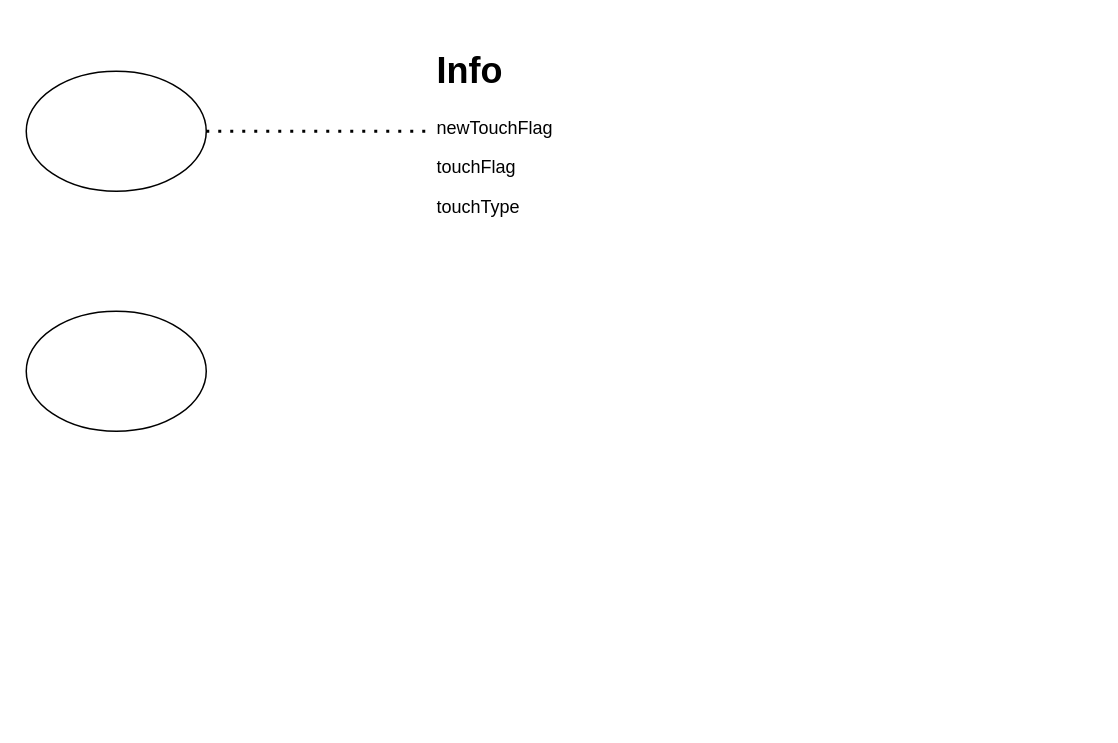
The draw.io diagram CalPostion.drawio in JokerYangJunjie/Hello-World, before the edit. Source tidied: cells renumbered, new cells numbered last; positions are measured from the earlier drawing's top-left corner, leaving out a move shared by most shapes. Both pictures are drawn from the tidied source at 150%, with x=0, y=0 at pixel (26, 40).
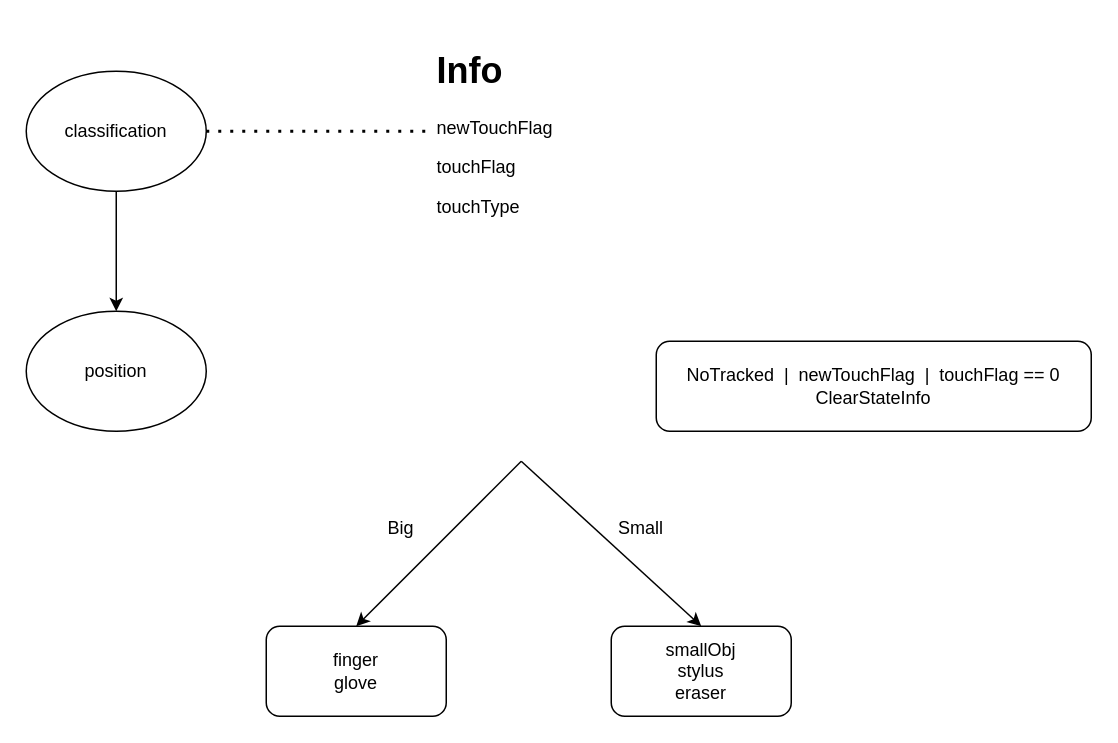
The same diagram, later.

Diff of the diagram source:
```diff
@@
 <mxGraphModel>
   <root>
     <mxCell id="0" />
     <mxCell id="1" parent="0" />
-    <mxCell id="2" style="ellipse;whiteSpace=wrap;html=1;" parent="1" vertex="1">
+    <mxCell id="2" value="classification" style="ellipse;whiteSpace=wrap;html=1;" parent="1" vertex="1">
       <mxGeometry y="20" width="120" height="80" as="geometry" />
     </mxCell>
-    <mxCell id="3" style="ellipse;whiteSpace=wrap;html=1;" parent="1" vertex="1">
+    <mxCell id="3" value="position" style="ellipse;whiteSpace=wrap;html=1;" parent="1" vertex="1">
       <mxGeometry y="180" width="120" height="80" as="geometry" />
     </mxCell>
     <mxCell id="4" value="&lt;h1&gt;Info&lt;/h1&gt;&lt;p&gt;newTouchFlag&lt;/p&gt;&lt;p&gt;touchFlag&lt;/p&gt;&lt;p&gt;touchType&lt;/p&gt;" style="text;html=1;strokeColor=none;fillColor=none;spacing=5;spacingTop=-20;whiteSpace=wrap;overflow=hidden;rounded=0;" parent="1" vertex="1">
       <mxGeometry x="269" width="190" height="120" as="geometry" />
     </mxCell>
     <mxCell id="5" style="endArrow=none;dashed=1;html=1;dashPattern=1 3;strokeWidth=2;rounded=0;exitX=1;exitY=0.5;exitDx=0;exitDy=0;entryX=0;entryY=0.5;entryDx=0;entryDy=0;" parent="1" edge="1" source="2" target="4">
       <mxGeometry relative="1" as="geometry" />
     </mxCell>
+    <mxCell id="6" style="endArrow=classic;html=1;rounded=0;exitX=0.5;exitY=1;exitDx=0;exitDy=0;entryX=0.5;entryY=0;entryDx=0;entryDy=0;" parent="1" edge="1" source="2" target="3">
+      <mxGeometry relative="1" as="geometry" />
+    </mxCell>
+    <mxCell id="7" value="NoTracked&amp;nbsp; |&amp;nbsp; newTouchFlag&amp;nbsp; |&amp;nbsp; touchFlag == 0&lt;br&gt;ClearStateInfo" style="rounded=1;whiteSpace=wrap;html=1;" parent="1" vertex="1">
+      <mxGeometry x="420" y="200" width="290" height="60" as="geometry" />
+    </mxCell>
+    <mxCell id="8" value="finger&lt;br&gt;glove" style="rounded=1;whiteSpace=wrap;html=1;" parent="1" vertex="1">
+      <mxGeometry x="160" y="390" width="120" height="60" as="geometry" />
+    </mxCell>
+    <mxCell id="9" value="smallObj&lt;br&gt;stylus&lt;br&gt;eraser" style="rounded=1;whiteSpace=wrap;html=1;" parent="1" vertex="1">
+      <mxGeometry x="390" y="390" width="120" height="60" as="geometry" />
+    </mxCell>
+    <mxCell id="10" style="endArrow=classic;html=1;rounded=0;entryX=0.5;entryY=0;entryDx=0;entryDy=0;" parent="1" edge="1" target="9">
+      <mxGeometry relative="1" as="geometry">
+        <mxPoint x="330" y="280" as="sourcePoint" />
+      </mxGeometry>
+    </mxCell>
+    <mxCell id="11" style="endArrow=classic;html=1;rounded=0;entryX=0.5;entryY=0;entryDx=0;entryDy=0;" parent="1" edge="1">
+      <mxGeometry relative="1" as="geometry">
+        <mxPoint x="330" y="280" as="sourcePoint" />
+        <mxPoint x="220" y="390" as="targetPoint" />
+      </mxGeometry>
+    </mxCell>
+    <mxCell id="12" value="Big" style="text;html=1;strokeColor=none;fillColor=none;align=center;verticalAlign=middle;whiteSpace=wrap;rounded=0;" parent="1" vertex="1">
+      <mxGeometry x="220" y="310" width="60" height="30" as="geometry" />
+    </mxCell>
+    <mxCell id="13" value="Small" style="text;html=1;strokeColor=none;fillColor=none;align=center;verticalAlign=middle;whiteSpace=wrap;rounded=0;" parent="1" vertex="1">
+      <mxGeometry x="380" y="310" width="60" height="30" as="geometry" />
+    </mxCell>
   </root>
 </mxGraphModel>
```
